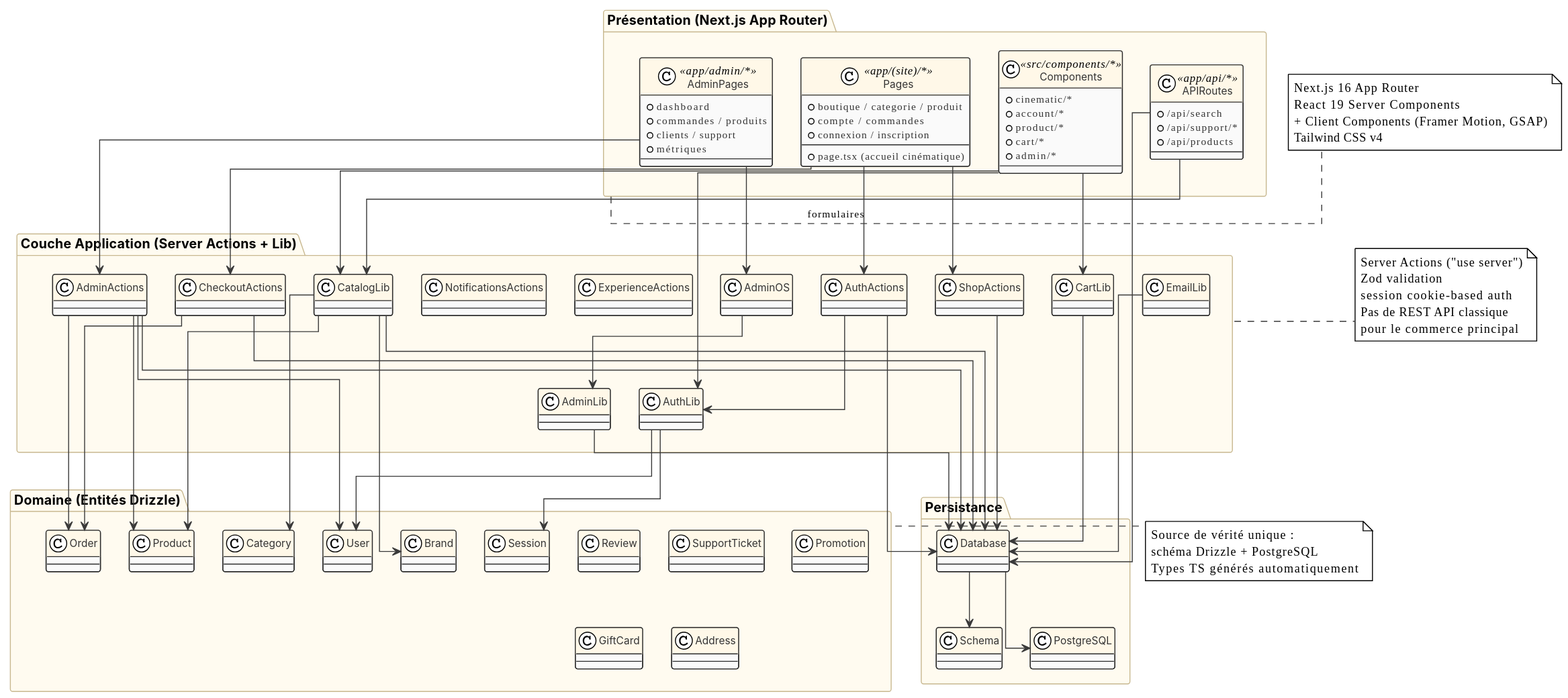
Earlier version of the PlantUML export diagrammes/CLEOPATRE_CLASS_DIAGRAMS_PFE/CLEOPATRE_CLASS_DIAGRAMS_PFE/06_ARCHITECTURE/diagramme_classes_architecture.svg (nssm11/zeb).
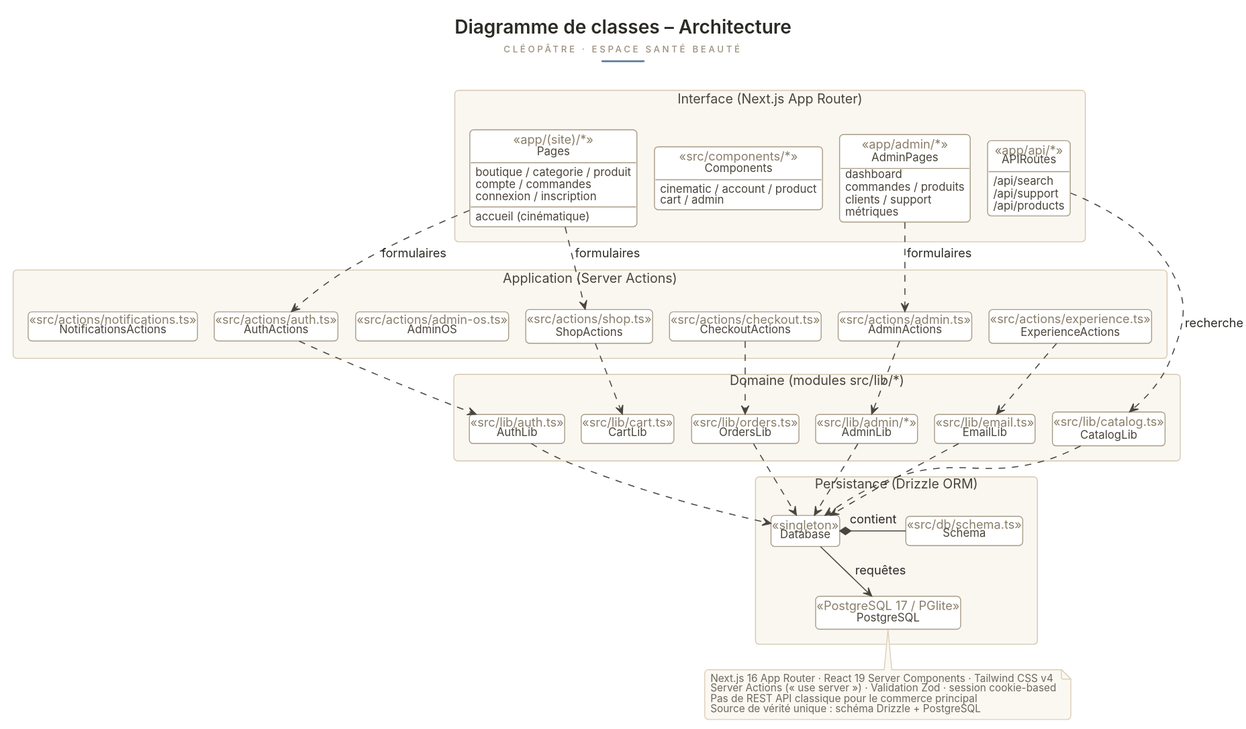
After the commit.

Change to the diagram source:
```diff
@@ -1,150 +1,176 @@
 @startuml
-!theme plain
+skinparam shadowing false
 skinparam backgroundColor #FFFFFF
-skinparam shadowing false
+skinparam defaultFontName Inter
+skinparam defaultFontSize 13
+skinparam defaultFontColor #2C2A26
+skinparam ArrowColor #55504A
+skinparam ArrowThickness 1.1
+skinparam RoundCorner 8
+skinparam classAttributeIconSize 0
+hide circle
+hide empty fields
+hide empty methods
 skinparam class {
-  BackgroundColor #FAFAFA
-  BorderColor #2C2C2C
-  FontName Inter
+  BackgroundColor #FFFFFF
+  BorderColor #A89B85
+  BorderThickness 1
+  FontColor #2C2A26
+  FontStyle plain
   FontSize 13
-  HeaderBackgroundColor #FFF8E8
-  AttributeFontSize 11
-  AttributeFontColor #333333
+  StereotypeFontColor #8A7E69
+  StereotypeFontStyle plain
+  AttributeFontColor #4A443A
+  AttributeFontSize 12
+  AttributeFontStyle plain
+  MethodFontSize 12
+  MethodFontColor #4A443A
+  MethodFontStyle plain
+  SeparatorColor #DCCFBA
 }
+skinparam enum {
+  BackgroundColor #FCFAF5
+  BorderColor #C9BCA4
+  BorderThickness 1
+  FontColor #2C2A26
+  FontStyle plain
+  EnumFontSize 12
+}
+skinparam interface {
+  BackgroundColor #FFFFFF
+  BorderColor #A89B85
+  BorderThickness 1
+}
+skinparam packageStyle rectangle
 skinparam package {
-  BackgroundColor #FFFBF0
-  BorderColor #C8B890
-  FontName Inter
+  BackgroundColor #FAF7F1
+  BorderColor #DCCFBA
+  BorderThickness 1
+  FontColor #4A443A
   FontSize 14
-  FontStyle bold
+  FontStyle plain
 }
-skinparam arrow {
-  Color #3A3A3A
+skinparam note {
+  BackgroundColor #FBF8F2
+  BorderColor #DCCFBA
+  FontColor #6E675C
   FontSize 11
+  BorderThickness 1
 }
-skinparam linetype ortho
-skinparam nodesep 30
-skinparam ranksep 50
+skinparam sequence {
+  ArrowColor #4A463F
+  ArrowThickness 1.1
+  LifeLineBorderColor #C9BDA8
+  LifeLineBackgroundColor #FFFFFF
+  ParticipantBackgroundColor #FFFFFF
+  ParticipantBorderColor #A89B85
+  ParticipantFontColor #2C2A26
+  ParticipantFontSize 13
+  ParticipantFontStyle plain
+  ActorBackgroundColor #F6F1E8
+  ActorBorderColor #A89B85
+  ActorFontColor #2C2A26
+  ActorFontSize 13
+  GroupBackgroundColor #FAF7F1
+  GroupBorderColor #D5C7AE
+  GroupFontColor #4A443A
+  GroupHeaderFontSize 13
+  ActivationBackgroundColor #F2EDE3
+  ActivationBorderColor #C9BCA4
+  DividerBackgroundColor #F1EBDF
+  DividerBorderColor #D5C7AE
+  DividerFontColor #4A443A
+  DividerFontSize 13
+  MessageFontColor #3A352E
+  ResponseMessageFontColor #7A7263
+  BoxPadding 14
+  ParticipantPadding 22
+}
 
-package "Présentation (Next.js App Router)" as UI {
+
+package "Interface (Next.js App Router)" as PI {
   class Pages <<app/(site)/*>> {
-    + page.tsx (accueil cinématique)
-    + boutique / categorie / produit
-    + compte / commandes
-    + connexion / inscription
+    boutique / categorie / produit
+    compte / commandes
+    connexion / inscription
+    accueil (cinématique)
   }
-
   class AdminPages <<app/admin/*>> {
-    + dashboard
-    + commandes / produits
-    + clients / support
-    + métriques
+    dashboard
+    commandes / produits
+    clients / support
+    métriques
   }
-
   class Components <<src/components/*>> {
-    + cinematic/*
-    + account/*
-    + product/*
-    + cart/*
-    + admin/*
+    cinematic / account / product
+    cart / admin
   }
-
   class APIRoutes <<app/api/*>> {
-    + /api/search
-    + /api/support/*
-    + /api/products
+    /api/search
+    /api/support
+    /api/products
   }
 }
 
-package "Couche Application (Server Actions + Lib)" as App {
-  class AuthActions
-  class ShopActions
-  class CheckoutActions
-  class AdminActions
-  class AdminOS
-  class ExperienceActions
-  class NotificationsActions
-
-  class AuthLib
-  class CartLib
-  class CatalogLib
-  class EmailLib
-  class AdminLib
+package "Application (Server Actions)" as PA {
+  class AuthActions <<src/actions/auth.ts>>
+  class ShopActions <<src/actions/shop.ts>>
+  class CheckoutActions <<src/actions/checkout.ts>>
+  class AdminActions <<src/actions/admin.ts>>
+  class AdminOS <<src/actions/admin-os.ts>>
+  class ExperienceActions <<src/actions/experience.ts>>
+  class NotificationsActions <<src/actions/notifications.ts>>
 }
 
-package "Domaine (Entités Drizzle)" as Domain {
-  class User
-  class Product
-  class Order
-  class Brand
-  class Category
-  class Review
-  class SupportTicket
-  class Promotion
-  class GiftCard
-  class Session
-  class Address
+package "Domaine (modules src/lib/*)" as PD {
+  class AuthLib <<src/lib/auth.ts>>
+  class CartLib <<src/lib/cart.ts>>
+  class CatalogLib <<src/lib/catalog.ts>>
+  class OrdersLib <<src/lib/orders.ts>>
+  class AdminLib <<src/lib/admin/*>>
+  class EmailLib <<src/lib/email.ts>>
 }
 
-package "Persistance" as Persist {
-  class Database
-  class Schema
-  class PostgreSQL
+package "Persistance (Drizzle ORM)" as PP {
+  class Database <<singleton>>
+  class Schema <<src/db/schema.ts>>
+  class PostgreSQL <<PostgreSQL 17 / PGlite>>
 }
 
-Pages --> AuthActions : formulaires
-Pages --> ShopActions
-Pages --> CheckoutActions
-AdminPages --> AdminActions
-AdminPages --> AdminOS
-Components --> AuthLib
-Components --> CartLib
-Components --> CatalogLib
-APIRoutes --> CatalogLib
-APIRoutes --> Database
+Pages ..> AuthActions : formulaires
+Pages ..> ShopActions : formulaires
+AdminPages ..> AdminActions : formulaires
+APIRoutes ..> CatalogLib : recherche
+AuthActions ..> AuthLib
+ShopActions ..> CartLib
+CheckoutActions ..> OrdersLib
+AdminActions ..> AdminLib
+ExperienceActions ..> EmailLib
+AuthLib ..> Database
+CatalogLib ..> Database
+OrdersLib ..> Database
+AdminLib ..> Database
+EmailLib ..> Database
+Database *-- Schema : contient
+Database --> PostgreSQL : requêtes
 
-AuthActions --> AuthLib
-AuthActions --> Database
-ShopActions --> Database
-CheckoutActions --> Database
-AdminActions --> Database
-AdminOS --> AdminLib
-AdminLib --> Database
-CatalogLib --> Database
-CartLib --> Database
-EmailLib --> Database
-
-AuthLib --> User
-AuthLib --> Session
-CatalogLib --> Product
-CatalogLib --> Brand
-CatalogLib --> Category
-CheckoutActions --> Order
-AdminActions --> Order
-AdminActions --> Product
-AdminActions --> User
-
-Database --> Schema
-Database --> PostgreSQL
-
-note right of UI
-  Next.js 16 App Router
-  React 19 Server Components
-  + Client Components (Framer Motion, GSAP)
-  Tailwind CSS v4
+note bottom of PostgreSQL
+  Next.js 16 App Router · React 19 Server Components · Tailwind CSS v4
+  Server Actions (« use server ») · Validation Zod · session cookie-based
+  Pas de REST API classique pour le commerce principal
+  Source de vérité unique : schéma Drizzle + PostgreSQL
 end note
 
-note right of App
-  Server Actions ("use server")
-  Zod validation
-  session cookie-based auth
-  Pas de REST API classique
-  pour le commerce principal
-end note
-
-note right of Domain
-  Source de vérité unique :
-  schéma Drizzle + PostgreSQL
-  Types TS générés automatiquement
-end note
+Pages -[hidden]down-> AuthActions
+AuthActions -[hidden]down-> AuthLib
+AuthLib -[hidden]down-> Database
+Components -[hidden]right-> AdminPages
+Pages -[hidden]right-> AdminPages
+ShopActions -[hidden]right-> AdminActions
+AuthLib -[hidden]right-> CartLib
+CartLib -[hidden]right-> CatalogLib
+CatalogLib -[hidden]right-> OrdersLib
+OrdersLib -[hidden]right-> AdminLib
+Database -[hidden]right-> Schema
+Schema -[hidden]right-> PostgreSQL
 @enduml
```
